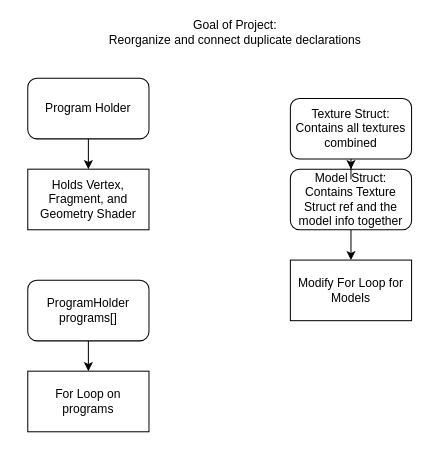
The draw.io diagram uml.drawio in connorramsden/gpr-300, before the edit. Source tidied: cells renumbered, new cells numbered last; positions are measured from the earlier drawing's top-left corner, leaving out a move shared by most shapes. Both pictures are drawn from the tidied source at 101%, with x=0, y=0 at pixel (27, 17).
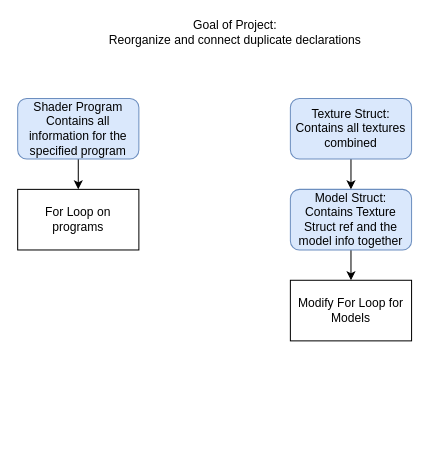
The same page after the edit.

What changed in the source:
```diff
@@
 <mxGraphModel>
   <root>
     <mxCell id="0" />
     <mxCell id="1" parent="0" />
-    <mxCell id="2" style="edgeStyle=orthogonalEdgeStyle;rounded=0;jettySize=auto;html=1;entryX=0.5;entryY=0;entryDx=0;entryDy=0;" parent="1" edge="1" source="3" target="4">
-      <mxGeometry relative="1" as="geometry" />
-    </mxCell>
-    <mxCell id="3" value="Program Holder" style="rounded=1;whiteSpace=wrap;html=1;" parent="1" vertex="1">
-      <mxGeometry y="60" width="120" height="60" as="geometry" />
-    </mxCell>
-    <mxCell id="4" value="Holds Vertex, Fragment, and Geometry Shader" style="rounded=0;whiteSpace=wrap;html=1;" parent="1" vertex="1">
-      <mxGeometry y="150" width="120" height="60" as="geometry" />
-    </mxCell>
     <mxCell id="5" style="edgeStyle=orthogonalEdgeStyle;rounded=0;jettySize=auto;html=1;" parent="1" edge="1" source="6" target="7">
       <mxGeometry relative="1" as="geometry" />
     </mxCell>
-    <mxCell id="6" value="ProgramHolder programs[]" style="rounded=1;whiteSpace=wrap;html=1;" parent="1" vertex="1">
-      <mxGeometry y="260" width="120" height="60" as="geometry" />
+    <mxCell id="6" value="Shader Program&lt;br&gt;Contains all information for the specified program" style="rounded=1;whiteSpace=wrap;html=1;fillColor=#dae8fc;strokeColor=#6c8ebf;" parent="1" vertex="1">
+      <mxGeometry x="-10" y="80" width="120" height="60" as="geometry" />
     </mxCell>
     <mxCell id="7" value="For Loop on programs" style="rounded=0;whiteSpace=wrap;html=1;" parent="1" vertex="1">
-      <mxGeometry y="350" width="120" height="60" as="geometry" />
+      <mxGeometry x="-10" y="170" width="120" height="60" as="geometry" />
     </mxCell>
     <mxCell id="8" style="edgeStyle=orthogonalEdgeStyle;rounded=0;jettySize=auto;html=1;" parent="1" edge="1" source="9" target="13">
       <mxGeometry relative="1" as="geometry" />
     </mxCell>
-    <mxCell id="9" value="Model Struct: Contains Texture Struct ref and the model info together" style="rounded=1;whiteSpace=wrap;html=1;" parent="1" vertex="1">
-      <mxGeometry x="260" y="150" width="120" height="60" as="geometry" />
+    <mxCell id="9" value="Model Struct: Contains Texture Struct ref and the model info together" style="rounded=1;whiteSpace=wrap;html=1;fillColor=#dae8fc;strokeColor=#6c8ebf;" parent="1" vertex="1">
+      <mxGeometry x="260" y="170" width="120" height="60" as="geometry" />
     </mxCell>
     <mxCell id="10" style="edgeStyle=orthogonalEdgeStyle;rounded=0;jettySize=auto;html=1;exitX=0.5;exitY=1;exitDx=0;exitDy=0;" parent="1" edge="1" source="11" target="9">
       <mxGeometry relative="1" as="geometry" />
     </mxCell>
-    <mxCell id="11" value="&lt;span&gt;Texture Struct: Contains all textures combined&lt;/span&gt;" style="rounded=1;whiteSpace=wrap;html=1;" parent="1" vertex="1">
+    <mxCell id="11" value="&lt;span&gt;Texture Struct: Contains all textures combined&lt;/span&gt;" style="rounded=1;whiteSpace=wrap;html=1;fillColor=#dae8fc;strokeColor=#6c8ebf;" parent="1" vertex="1">
       <mxGeometry x="260" y="80" width="120" height="60" as="geometry" />
     </mxCell>
     <mxCell id="12" value="Goal of Project:&lt;br&gt;Reorganize and connect duplicate declarations" style="text;html=1;align=center;verticalAlign=middle;" parent="1" vertex="1">
       <mxGeometry x="70" width="270" height="30" as="geometry" />
     </mxCell>
     <mxCell id="13" value="Modify For Loop for Models" style="rounded=0;whiteSpace=wrap;html=1;" parent="1" vertex="1">
-      <mxGeometry x="260" y="240" width="120" height="60" as="geometry" />
+      <mxGeometry x="260" y="260" width="120" height="60" as="geometry" />
     </mxCell>
   </root>
 </mxGraphModel>
```
